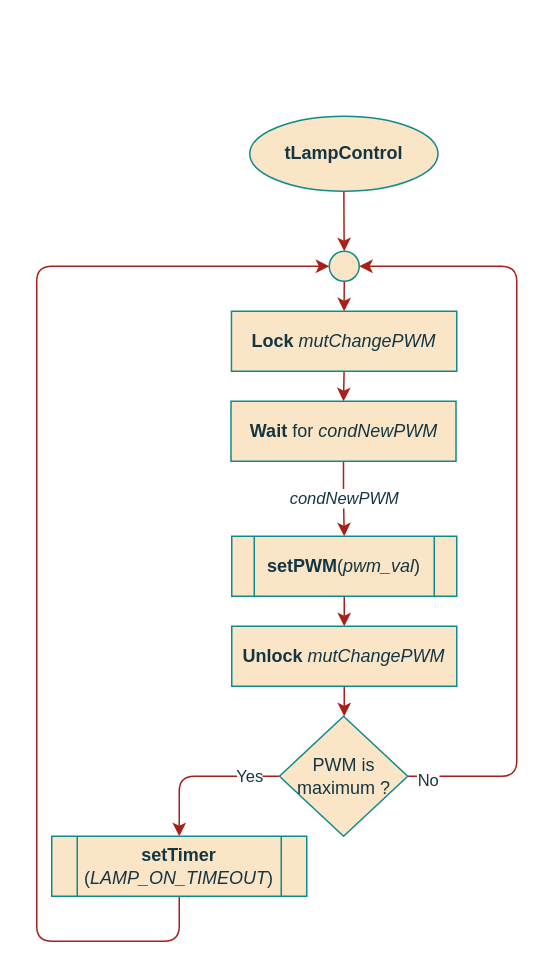
Earlier version of the draw.io diagram page "tLampControl" (1 of 3) of project/report/flowcharts/tLampControl.drawio (ESRGgroup9/slipad). Source tidied: cells renumbered, new cells numbered last; positions are measured from the earlier drawing's top-left corner, leaving out a move shared by most shapes. Both pictures are drawn from the tidied source at 150%, with x=0, y=0 at pixel (36, 116).
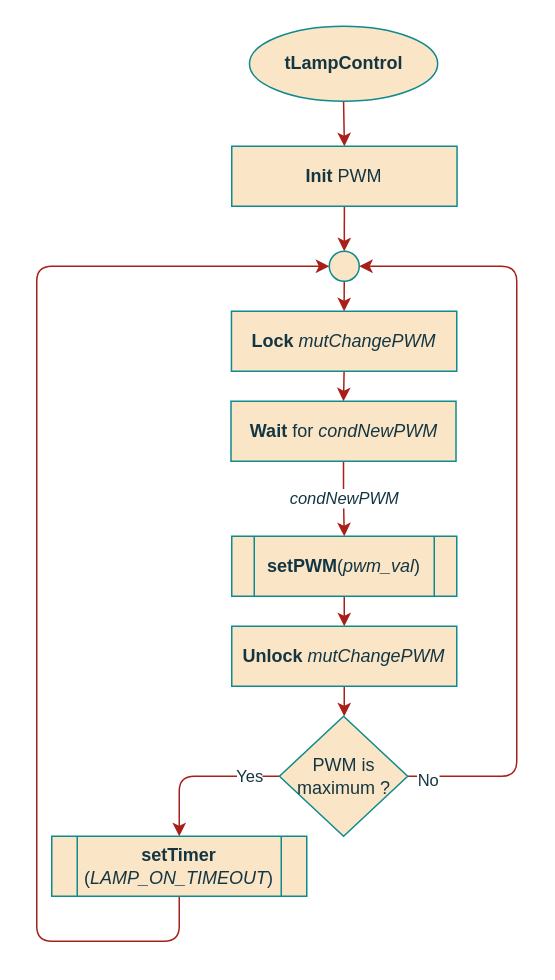
Above is the later version.

The change refers to these unchanged cells:
```xml
<mxCell id="5" style="ellipse;whiteSpace=wrap;html=1;rounded=0;sketch=0;fontColor=#143642;strokeColor=#0F8B8D;fillColor=#FAE5C7;" parent="1" vertex="1">
  <mxGeometry x="195" y="90" width="20" height="20" as="geometry" />
</mxCell>
```

Diff of the diagram source:
```diff
@@
-    <mxCell id="2" style="edgeStyle=orthogonalEdgeStyle;rounded=1;sketch=0;jettySize=auto;html=1;exitX=0.5;exitY=1;exitDx=0;exitDy=0;entryX=0.5;entryY=0;entryDx=0;entryDy=0;fontColor=#143642;strokeColor=#A8201A;fillColor=#FAE5C7;" parent="1" edge="1" source="3" target="5">
-      <mxGeometry relative="1" as="geometry" />
-    </mxCell>
+    <mxCell id="21" style="edgeStyle=orthogonalEdgeStyle;rounded=1;sketch=0;jettySize=auto;html=1;exitX=0.5;exitY=1;exitDx=0;exitDy=0;entryX=0.5;entryY=0;entryDx=0;entryDy=0;fontColor=#143642;strokeColor=#A8201A;fillColor=#FAE5C7;" parent="1" edge="1" source="3" target="23">
+      <mxGeometry relative="1" as="geometry" />
+    </mxCell>
     <mxCell id="3" value="tLampControl" style="ellipse;whiteSpace=wrap;html=1;fillColor=#FAE5C7;strokeColor=#0F8B8D;fontColor=#143642;fontStyle=1;" parent="1" vertex="1">
-      <mxGeometry x="142" width="125.5" height="50" as="geometry" />
+      <mxGeometry x="141.8" y="-60" width="125.5" height="50" as="geometry" />
     </mxCell>
@@
+    <mxCell id="22" style="edgeStyle=orthogonalEdgeStyle;rounded=1;sketch=0;jettySize=auto;html=1;exitX=0.5;exitY=1;exitDx=0;exitDy=0;entryX=0.5;entryY=0;entryDx=0;entryDy=0;fontColor=#143642;strokeColor=#A8201A;fillColor=#FAE5C7;" parent="1" edge="1" source="23" target="5">
+      <mxGeometry relative="1" as="geometry" />
+    </mxCell>
+    <mxCell id="23" value="&lt;b&gt;Init &lt;/b&gt;PWM&lt;b&gt;&lt;br&gt;&lt;/b&gt;" style="rounded=0;whiteSpace=wrap;html=1;sketch=0;fontColor=#143642;strokeColor=#0F8B8D;fillColor=#FAE5C7;" parent="1" vertex="1">
+      <mxGeometry x="130" y="20" width="150.2" height="40" as="geometry" />
+    </mxCell>
```
